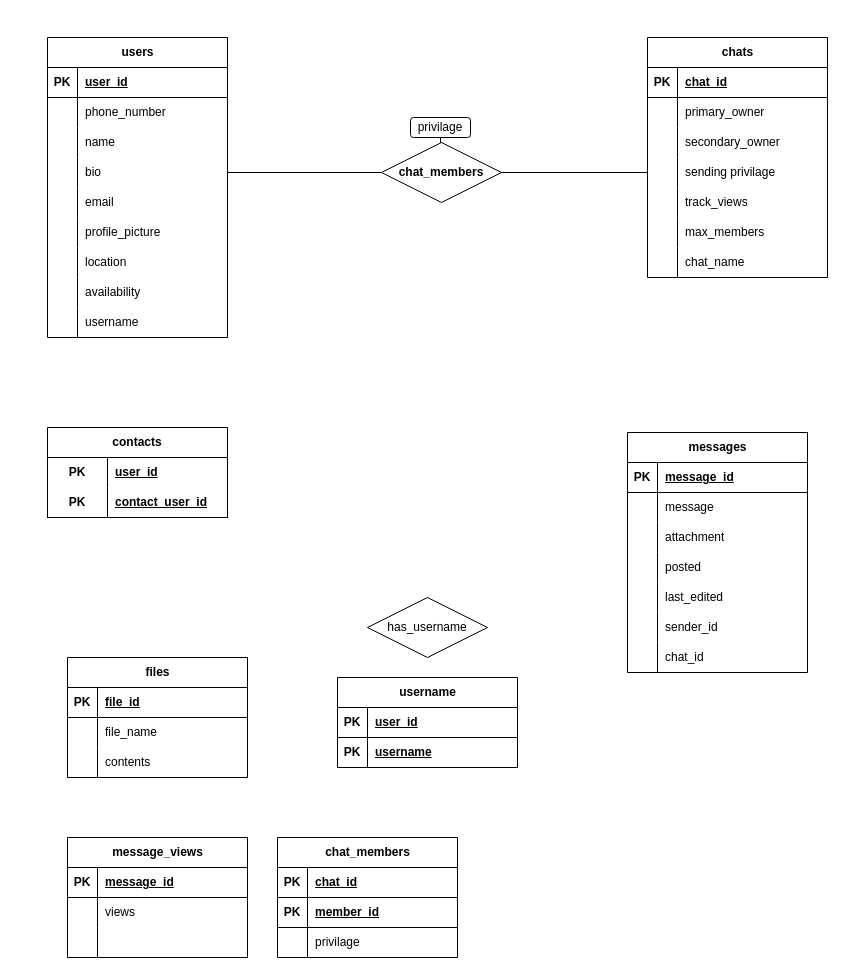
The draw.io diagram ER Diagram.drawio in ParkerTenBroeck/COSC_3P32, before the edit. Source tidied: cells renumbered, new cells numbered last; positions are measured from the earlier drawing's top-left corner, leaving out a move shared by most shapes. Both pictures are drawn from the tidied source at 100%, with x=0, y=0 at pixel (47, 37).
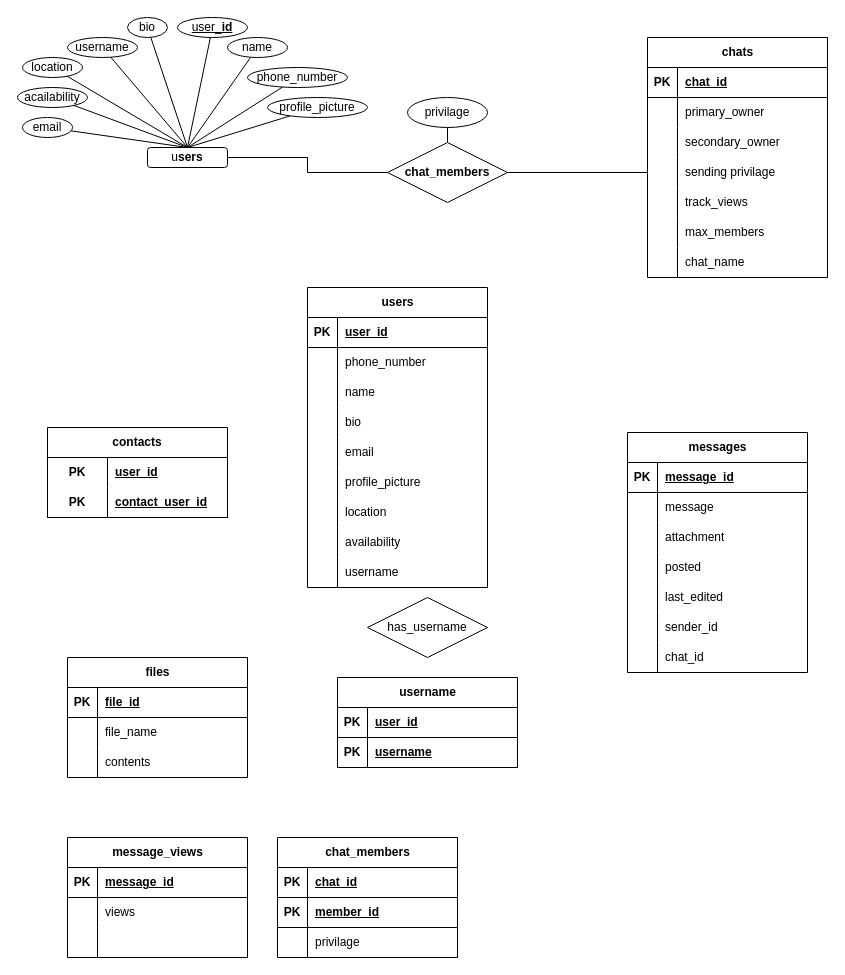
The same page after the edit.

Commit message (it also covers changes not shown here):
carpel tunnel

Unchanged cells that the change refers to:
```xml
<mxCell id="12" style="shape=tableRow;horizontal=0;startSize=0;swimlaneHead=0;swimlaneBody=0;fillColor=none;points=[[0,0.5],[1,0.5]];portConstraint=eastwest;top=0;left=0;right=0;bottom=0;" parent="2" vertex="1">
  <mxGeometry y="120" width="180" height="30" as="geometry" />
</mxCell>
```

The edit, as a diff of the source:
```diff
@@
     <mxCell id="2" value="u&lt;span style=&quot;background-color: initial;&quot;&gt;sers&lt;/span&gt;" style="shape=table;startSize=30;childLayout=tableLayout;rowLines=0;fontStyle=1;align=center;html=1;" parent="1" vertex="1">
-      <mxGeometry width="180" height="300" as="geometry" />
+      <mxGeometry x="260" y="250" width="180" height="300" as="geometry" />
     </mxCell>
@@
-    <mxCell id="119" style="edgeStyle=orthogonalEdgeStyle;rounded=0;jettySize=auto;html=1;exitX=1;exitY=0.5;exitDx=0;exitDy=0;entryX=0;entryY=0.5;entryDx=0;entryDy=0;endArrow=none;endFill=0;" parent="1" edge="1" source="12" target="122">
-      <mxGeometry relative="1" as="geometry" />
-    </mxCell>
@@
-    <mxCell id="121" style="group;" parent="1" vertex="1">
-      <mxGeometry x="333" y="80" width="120" height="85" as="geometry" />
-    </mxCell>
+    <mxCell id="124" style="edgeStyle=orthogonalEdgeStyle;rounded=0;jettySize=auto;html=1;exitX=0.5;exitY=0;exitDx=0;exitDy=0;entryX=0.5;entryY=1;entryDx=0;entryDy=0;endArrow=none;endFill=0;" parent="1" edge="1" source="122" target="123">
+      <mxGeometry relative="1" as="geometry" />
+    </mxCell>
+    <mxCell id="125" style="edgeStyle=orthogonalEdgeStyle;rounded=0;jettySize=auto;html=1;exitX=0;exitY=0.5;exitDx=0;exitDy=0;entryX=1;entryY=0.5;entryDx=0;entryDy=0;endArrow=none;endFill=0;" parent="1" edge="1" source="122" target="135">
+      <mxGeometry relative="1" as="geometry" />
+    </mxCell>
-    <mxCell id="122" value="&lt;span style=&quot;font-weight: 700;&quot;&gt;chat_members&lt;/span&gt;" style="shape=rhombus;perimeter=rhombusPerimeter;whiteSpace=wrap;html=1;align=center;" parent="121" vertex="1">
-      <mxGeometry x="1" y="25" width="120" height="60" as="geometry" />
+    <mxCell id="122" value="&lt;span style=&quot;font-weight: 700;&quot;&gt;chat_members&lt;/span&gt;" style="shape=rhombus;perimeter=rhombusPerimeter;whiteSpace=wrap;html=1;align=center;" parent="1" vertex="1">
+      <mxGeometry x="340" y="105" width="120" height="60" as="geometry" />
     </mxCell>
-    <mxCell id="123" value="&lt;span style=&quot;text-align: left;&quot;&gt;privilage&lt;/span&gt;" style="rounded=1;whiteSpace=wrap;html=1;" parent="121" vertex="1">
-      <mxGeometry x="30" width="60" height="20" as="geometry" />
+    <mxCell id="123" value="privilage" style="ellipse;whiteSpace=wrap;html=1;" parent="1" vertex="1">
+      <mxGeometry x="360" y="60" width="80" height="30" as="geometry" />
     </mxCell>
-    <mxCell id="124" style="edgeStyle=orthogonalEdgeStyle;rounded=0;jettySize=auto;html=1;exitX=0.5;exitY=0;exitDx=0;exitDy=0;entryX=0.5;entryY=1;entryDx=0;entryDy=0;endArrow=none;endFill=0;" parent="121" edge="1" source="122" target="123">
-      <mxGeometry relative="1" as="geometry" />
-    </mxCell>
+    <mxCell id="126" style="rounded=0;jettySize=auto;html=1;exitX=0.5;exitY=0;exitDx=0;exitDy=0;endArrow=none;endFill=0;" parent="1" edge="1" source="135" target="136">
+      <mxGeometry relative="1" as="geometry" />
+    </mxCell>
+    <mxCell id="127" style="rounded=0;jettySize=auto;html=1;exitX=0.5;exitY=0;exitDx=0;exitDy=0;endArrow=none;endFill=0;" parent="1" edge="1" source="135" target="144">
+      <mxGeometry relative="1" as="geometry" />
+    </mxCell>
+    <mxCell id="128" style="rounded=0;jettySize=auto;html=1;exitX=0.5;exitY=0;exitDx=0;exitDy=0;endArrow=none;endFill=0;" parent="1" edge="1" source="135" target="143">
+      <mxGeometry relative="1" as="geometry" />
+    </mxCell>
+    <mxCell id="129" style="rounded=0;jettySize=auto;html=1;exitX=0.5;exitY=0;exitDx=0;exitDy=0;endArrow=none;endFill=0;" parent="1" edge="1" source="135" target="142">
+      <mxGeometry relative="1" as="geometry" />
+    </mxCell>
+    <mxCell id="130" style="rounded=0;jettySize=auto;html=1;exitX=0.5;exitY=0;exitDx=0;exitDy=0;endArrow=none;endFill=0;" parent="1" edge="1" source="135" target="141">
+      <mxGeometry relative="1" as="geometry" />
+    </mxCell>
+    <mxCell id="131" style="rounded=0;jettySize=auto;html=1;exitX=0.5;exitY=0;exitDx=0;exitDy=0;endArrow=none;endFill=0;" parent="1" edge="1" source="135" target="140">
+      <mxGeometry relative="1" as="geometry" />
+    </mxCell>
+    <mxCell id="132" style="rounded=0;jettySize=auto;html=1;exitX=0.5;exitY=0;exitDx=0;exitDy=0;endArrow=none;endFill=0;" parent="1" edge="1" source="135" target="137">
+      <mxGeometry relative="1" as="geometry" />
+    </mxCell>
+    <mxCell id="133" style="rounded=0;jettySize=auto;html=1;exitX=0.5;exitY=0;exitDx=0;exitDy=0;endArrow=none;endFill=0;" parent="1" edge="1" source="135" target="138">
+      <mxGeometry relative="1" as="geometry" />
+    </mxCell>
+    <mxCell id="134" style="rounded=0;jettySize=auto;html=1;exitX=0.5;exitY=0;exitDx=0;exitDy=0;endArrow=none;endFill=0;" parent="1" edge="1" source="135" target="139">
+      <mxGeometry relative="1" as="geometry" />
+    </mxCell>
+    <mxCell id="135" value="u&lt;span style=&quot;font-weight: 700; background-color: initial;&quot;&gt;sers&lt;/span&gt;" style="rounded=1;whiteSpace=wrap;html=1;" parent="1" vertex="1">
+      <mxGeometry x="100" y="110" width="80" height="20" as="geometry" />
+    </mxCell>
+    <mxCell id="136" value="&lt;u&gt;user_&lt;span style=&quot;font-weight: 700; text-align: left; background-color: initial;&quot;&gt;id&lt;/span&gt;&lt;/u&gt;" style="ellipse;whiteSpace=wrap;html=1;" parent="1" vertex="1">
+      <mxGeometry x="130" y="-20" width="70" height="20" as="geometry" />
+    </mxCell>
+    <mxCell id="137" value="phone_number" style="ellipse;whiteSpace=wrap;html=1;" parent="1" vertex="1">
+      <mxGeometry x="200" y="30" width="100" height="20" as="geometry" />
+    </mxCell>
+    <mxCell id="138" value="name" style="ellipse;whiteSpace=wrap;html=1;" parent="1" vertex="1">
+      <mxGeometry x="180" width="60" height="20" as="geometry" />
+    </mxCell>
+    <mxCell id="139" value="bio" style="ellipse;whiteSpace=wrap;html=1;" parent="1" vertex="1">
+      <mxGeometry x="80" y="-20" width="40" height="20" as="geometry" />
+    </mxCell>
+    <mxCell id="140" value="email" style="ellipse;whiteSpace=wrap;html=1;" parent="1" vertex="1">
+      <mxGeometry x="-25" y="80" width="50" height="20" as="geometry" />
+    </mxCell>
+    <mxCell id="141" value="profile_picture" style="ellipse;whiteSpace=wrap;html=1;" parent="1" vertex="1">
+      <mxGeometry x="220" y="60" width="100" height="20" as="geometry" />
+    </mxCell>
+    <mxCell id="142" value="location" style="ellipse;whiteSpace=wrap;html=1;" parent="1" vertex="1">
+      <mxGeometry x="-25" y="20" width="60" height="20" as="geometry" />
+    </mxCell>
+    <mxCell id="143" value="acailability" style="ellipse;whiteSpace=wrap;html=1;" parent="1" vertex="1">
+      <mxGeometry x="-30" y="50" width="70" height="20" as="geometry" />
+    </mxCell>
+    <mxCell id="144" value="username" style="ellipse;whiteSpace=wrap;html=1;" parent="1" vertex="1">
+      <mxGeometry x="20" width="70" height="20" as="geometry" />
+    </mxCell>
```
